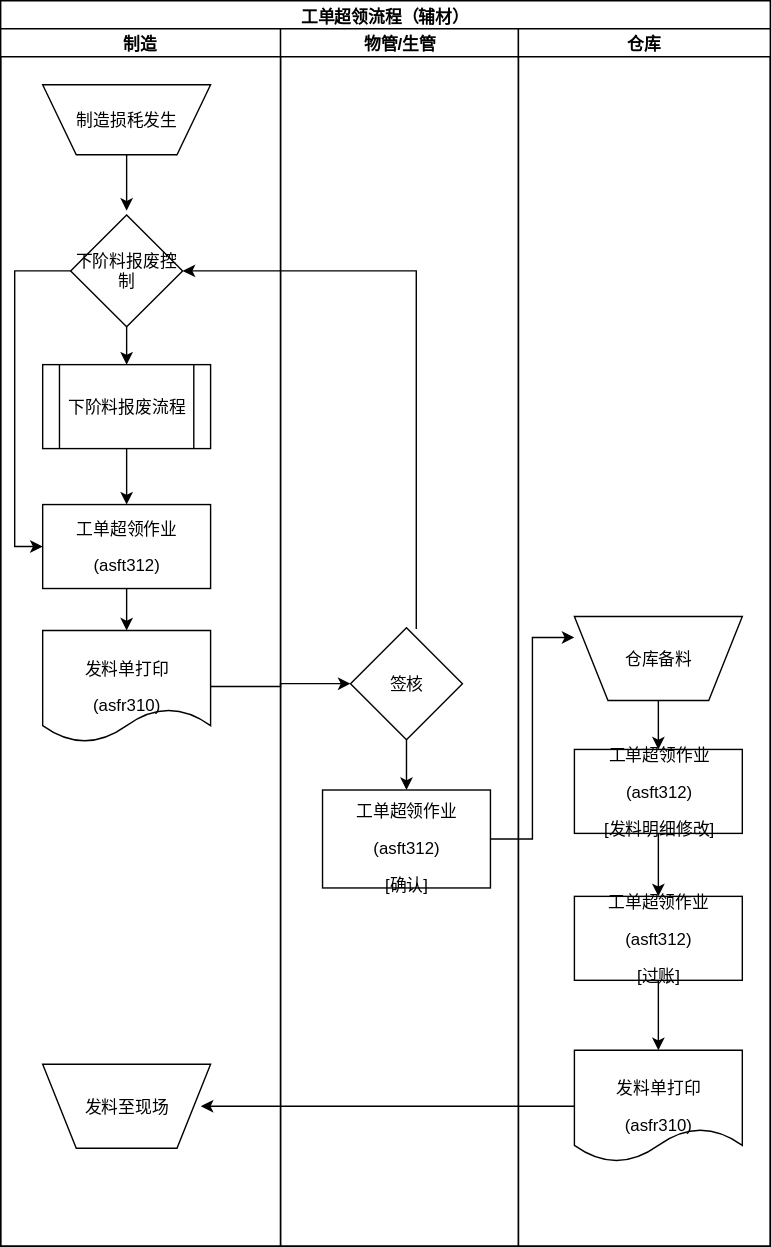
Before: ver01/ASF009.svg, a diagram exported from draw.io (ft2017/sop). Source tidied: cells renumbered, new cells last; positions are measured from the earlier drawing's top-left corner, leaving out a move shared by most shapes.
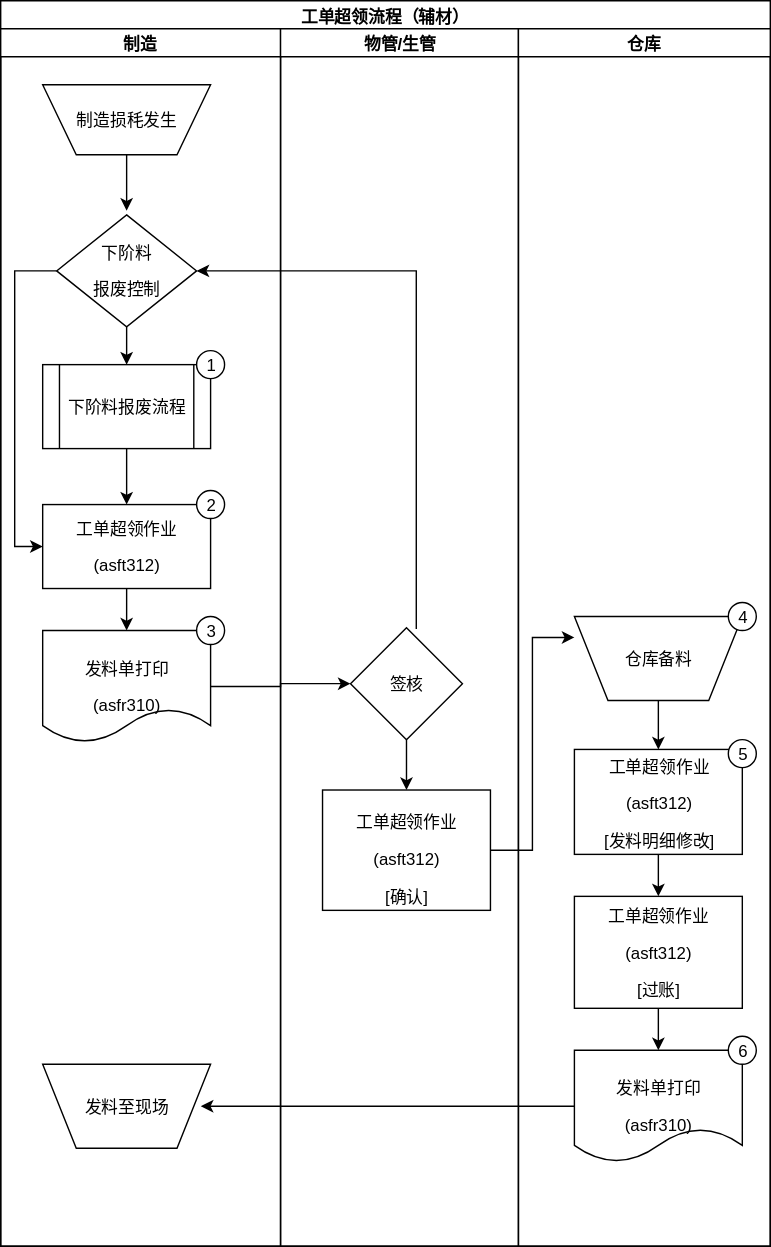
Later version of the same file.

Change to the diagram source:
```diff
@@ -22,8 +22,8 @@
         </Array>
       </mxGeometry>
     </mxCell>
-    <mxCell id="7" value="&lt;p align=&quot;center&quot;&gt;&lt;span&gt;下阶料报废控&lt;/span&gt;&lt;span lang=&quot;ZH-TW&quot;&gt;制&lt;/span&gt;&lt;/p&gt;" style="rhombus;whiteSpace=wrap;html=1;" parent="3" vertex="1">
-      <mxGeometry x="50" y="133" width="80" height="80" as="geometry" />
+    <mxCell id="7" value="&lt;p align=&quot;center&quot;&gt;&lt;span&gt;下阶料&lt;/span&gt;&lt;/p&gt;&lt;p align=&quot;center&quot;&gt;&lt;span&gt;报废控&lt;/span&gt;&lt;span lang=&quot;ZH-TW&quot;&gt;制&lt;/span&gt;&lt;/p&gt;" style="rhombus;whiteSpace=wrap;html=1;" parent="3" vertex="1">
+      <mxGeometry x="40" y="133" width="100" height="80" as="geometry" />
     </mxCell>
     <mxCell id="8" style="edgeStyle=orthogonalEdgeStyle;rounded=0;html=1;entryX=0.5;entryY=0;jettySize=auto;" parent="3" edge="1" source="9" target="11">
       <mxGeometry relative="1" as="geometry" />
@@ -43,6 +43,15 @@
     <mxCell id="13" value="&lt;p align=&quot;center&quot;&gt;&lt;span&gt;发料至现场&lt;/span&gt;&lt;/p&gt;" style="shape=trapezoid;whiteSpace=wrap;html=1;flipV=1;" parent="3" vertex="1">
       <mxGeometry x="30" y="740" width="120" height="60" as="geometry" />
     </mxCell>
+    <mxCell id="31" value="1" style="ellipse;whiteSpace=wrap;html=1;" parent="3" vertex="1">
+      <mxGeometry x="140" y="230" width="20" height="20" as="geometry" />
+    </mxCell>
+    <mxCell id="32" value="2" style="ellipse;whiteSpace=wrap;html=1;" parent="3" vertex="1">
+      <mxGeometry x="140" y="330" width="20" height="20" as="geometry" />
+    </mxCell>
+    <mxCell id="33" value="3" style="ellipse;whiteSpace=wrap;html=1;" parent="3" vertex="1">
+      <mxGeometry x="140" y="420" width="20" height="20" as="geometry" />
+    </mxCell>
     <mxCell id="14" value="&lt;b&gt;&lt;span&gt;物管&lt;span lang=&quot;EN-US&quot;&gt;/&lt;/span&gt;生管&lt;/span&gt;&lt;/b&gt;" style="swimlane;html=1;startSize=20;" parent="2" vertex="1">
       <mxGeometry x="200" y="20" width="170" height="870" as="geometry" />
     </mxCell>
@@ -53,7 +62,7 @@
       <mxGeometry x="50" y="428" width="80" height="80" as="geometry" />
     </mxCell>
     <mxCell id="17" value="&lt;p align=&quot;center&quot;&gt;&lt;span&gt;工单超领作业&lt;/span&gt;&lt;/p&gt;&lt;p align=&quot;center&quot;&gt;&lt;span lang=&quot;EN-US&quot;&gt;(asft312)&lt;/span&gt;&lt;/p&gt;&lt;span lang=&quot;EN-US&quot;&gt;[&lt;/span&gt;&lt;span&gt;确认&lt;span lang=&quot;EN-US&quot;&gt;]&lt;/span&gt;&lt;/span&gt;" style="whiteSpace=wrap;html=1;" parent="14" vertex="1">
-      <mxGeometry x="30" y="544" width="120" height="70" as="geometry" />
+      <mxGeometry x="30" y="544" width="120" height="86" as="geometry" />
     </mxCell>
     <mxCell id="18" value="&lt;b&gt;&lt;span&gt;仓库&lt;/span&gt;&lt;/b&gt;" style="swimlane;html=1;startSize=20;" parent="2" vertex="1">
       <mxGeometry x="370" y="20" width="180" height="870" as="geometry" />
@@ -68,17 +77,26 @@
       <mxGeometry relative="1" as="geometry" />
     </mxCell>
     <mxCell id="22" value="&lt;p align=&quot;center&quot;&gt;&lt;span&gt;工单超领作业&lt;/span&gt;&lt;/p&gt;&lt;p align=&quot;center&quot;&gt;&lt;span lang=&quot;EN-US&quot;&gt;(asft312)&lt;/span&gt;&lt;/p&gt;&lt;p align=&quot;center&quot;&gt;&lt;span lang=&quot;EN-US&quot;&gt;[&lt;/span&gt;&lt;span&gt;发料明细修改&lt;span lang=&quot;EN-US&quot;&gt;]&lt;/span&gt;&lt;/span&gt;&lt;/p&gt;" style="whiteSpace=wrap;html=1;" parent="18" vertex="1">
-      <mxGeometry x="40" y="515" width="120" height="60" as="geometry" />
+      <mxGeometry x="40" y="515" width="120" height="75" as="geometry" />
     </mxCell>
     <mxCell id="23" style="edgeStyle=orthogonalEdgeStyle;rounded=0;html=1;entryX=0.5;entryY=0;jettySize=auto;" parent="18" edge="1" source="24" target="25">
       <mxGeometry relative="1" as="geometry" />
     </mxCell>
     <mxCell id="24" value="&lt;p align=&quot;center&quot;&gt;&lt;span&gt;工单超领作业&lt;/span&gt;&lt;/p&gt;&lt;p align=&quot;center&quot;&gt;&lt;span lang=&quot;EN-US&quot;&gt;(asft312)&lt;/span&gt;&lt;/p&gt;&lt;p align=&quot;center&quot;&gt;&lt;span lang=&quot;EN-US&quot;&gt;[&lt;/span&gt;&lt;span&gt;过账&lt;span lang=&quot;EN-US&quot;&gt;]&lt;/span&gt;&lt;/span&gt;&lt;/p&gt;" style="whiteSpace=wrap;html=1;" parent="18" vertex="1">
-      <mxGeometry x="40" y="620" width="120" height="60" as="geometry" />
+      <mxGeometry x="40" y="620" width="120" height="80" as="geometry" />
     </mxCell>
     <mxCell id="25" value="&lt;p align=&quot;center&quot;&gt;&lt;span&gt;发料单打印&lt;/span&gt;&lt;/p&gt;&lt;p align=&quot;center&quot;&gt;&lt;span lang=&quot;EN-US&quot;&gt;(asfr310)&lt;/span&gt;&lt;/p&gt;" style="shape=document;whiteSpace=wrap;html=1;" parent="18" vertex="1">
       <mxGeometry x="40" y="730" width="120" height="80" as="geometry" />
     </mxCell>
+    <mxCell id="34" value="4" style="ellipse;whiteSpace=wrap;html=1;" parent="18" vertex="1">
+      <mxGeometry x="150" y="410" width="20" height="20" as="geometry" />
+    </mxCell>
+    <mxCell id="35" value="5" style="ellipse;whiteSpace=wrap;html=1;" parent="18" vertex="1">
+      <mxGeometry x="150" y="508" width="20" height="20" as="geometry" />
+    </mxCell>
+    <mxCell id="36" value="6" style="ellipse;whiteSpace=wrap;html=1;" parent="18" vertex="1">
+      <mxGeometry x="150" y="720" width="20" height="20" as="geometry" />
+    </mxCell>
     <mxCell id="26" style="edgeStyle=orthogonalEdgeStyle;rounded=0;html=1;jettySize=auto;entryX=0;entryY=0.5;" parent="2" edge="1" source="12" target="16">
       <mxGeometry relative="1" as="geometry">
         <Array as="points">
```
